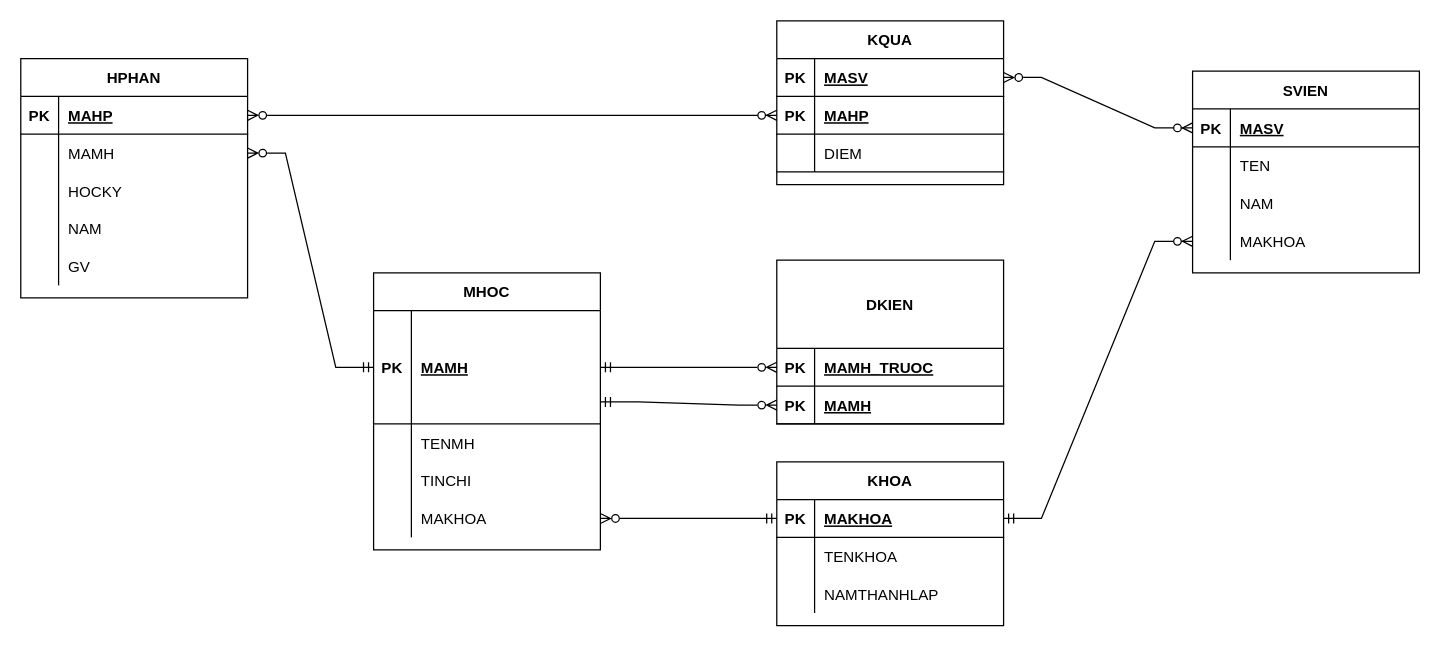
This is Quản Lý Sinh VIên/QuanLySinhVien.drawio from TaQuangKhoi/He-quan-tri-Co-so-du-lieu, a draw.io file, before an edit. Source tidied: cells renumbered, new cells numbered last; positions are measured from the earlier drawing's top-left corner, leaving out a move shared by most shapes. Both pictures are drawn from the tidied source at 126%, with x=0, y=0 at pixel (20, 20).
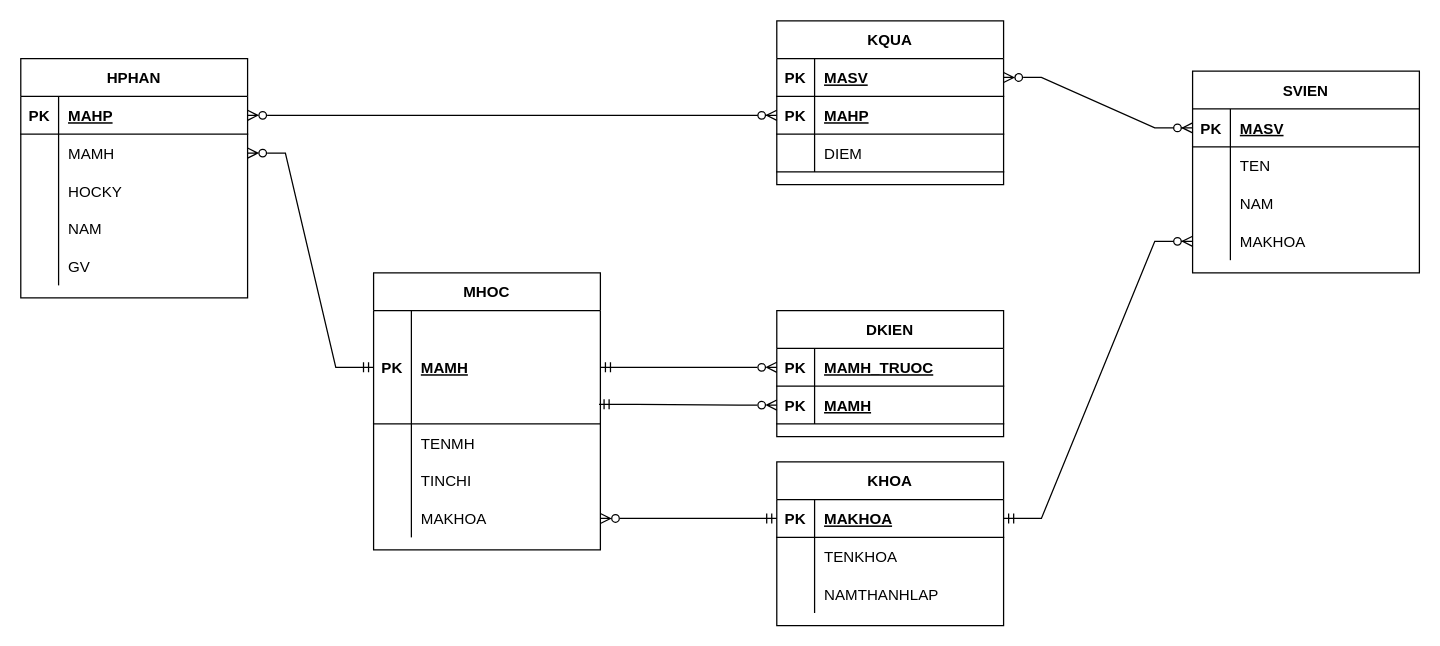
After the change.

The change refers to these unchanged cells:
```xml
<mxCell id="27" style="shape=tableRow;horizontal=0;startSize=0;swimlaneHead=0;swimlaneBody=0;fillColor=none;points=[[0,0.5],[1,0.5]];portConstraint=eastwest;top=0;left=0;right=0;bottom=1;" parent="26" vertex="1">
  <mxGeometry y="30" width="180" height="90" as="geometry" />
</mxCell>
```

Change to the diagram source:
```diff
@@
-    <mxCell id="40" value="DKIEN" style="shape=table;startSize=70;childLayout=tableLayout;rowLines=0;fontStyle=1;align=center;" parent="1" vertex="1">
-      <mxGeometry x="600" y="190" width="180" height="130" as="geometry" />
+    <mxCell id="40" value="DKIEN" style="shape=table;startSize=30;childLayout=tableLayout;rowLines=0;fontStyle=1;align=center;" parent="1" vertex="1">
+      <mxGeometry x="600" y="230" width="180" height="100" as="geometry" />
     </mxCell>
     <mxCell id="41" style="shape=tableRow;horizontal=0;startSize=0;swimlaneHead=0;swimlaneBody=0;fillColor=none;points=[[0,0.5],[1,0.5]];portConstraint=eastwest;top=0;left=0;right=0;bottom=1;" parent="40" vertex="1">
-      <mxGeometry y="70" width="180" height="30" as="geometry" />
+      <mxGeometry y="30" width="180" height="30" as="geometry" />
     </mxCell>
@@
     <mxCell id="44" style="shape=tableRow;horizontal=0;startSize=0;swimlaneHead=0;swimlaneBody=0;fillColor=none;points=[[0,0.5],[1,0.5]];portConstraint=eastwest;top=0;left=0;right=0;bottom=1;" parent="40" vertex="1">
-      <mxGeometry y="100" width="180" height="30" as="geometry" />
+      <mxGeometry y="60" width="180" height="30" as="geometry" />
     </mxCell>
@@
-    <mxCell id="48" style="edgeStyle=entityRelationEdgeStyle;fontSize=12;html=1;endArrow=ERzeroToMany;endFill=0;rounded=0;startArrow=ERmandOne;startFill=0;exitX=1;exitY=0.806;exitDx=0;exitDy=0;exitPerimeter=0;" parent="1" edge="1" source="27" target="44">
+    <mxCell id="48" style="edgeStyle=entityRelationEdgeStyle;fontSize=12;html=1;endArrow=ERzeroToMany;endFill=0;rounded=0;startArrow=ERmandOne;startFill=0;exitX=0.994;exitY=0.826;exitDx=0;exitDy=0;exitPerimeter=0;" parent="1" edge="1" source="27" target="44">
       <mxGeometry relative="1" as="geometry" />
     </mxCell>
```
